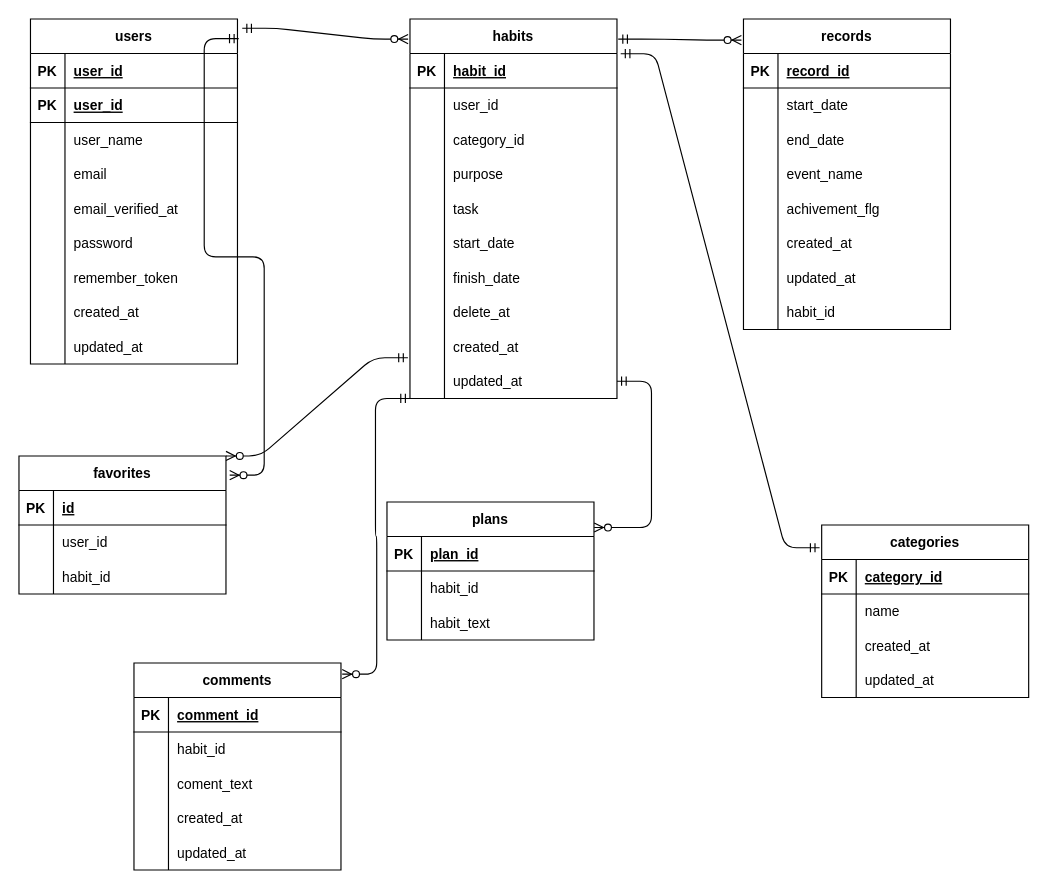
Before: db.dio in rickeysan/ifthen_plan_app, a draw.io diagram. Source tidied: cells renumbered, new cells numbered last; positions are measured from the earlier drawing's top-left corner, leaving out a move shared by most shapes. Both pictures are drawn from the tidied source at 115%, with x=0, y=0 at pixel (18, 18).
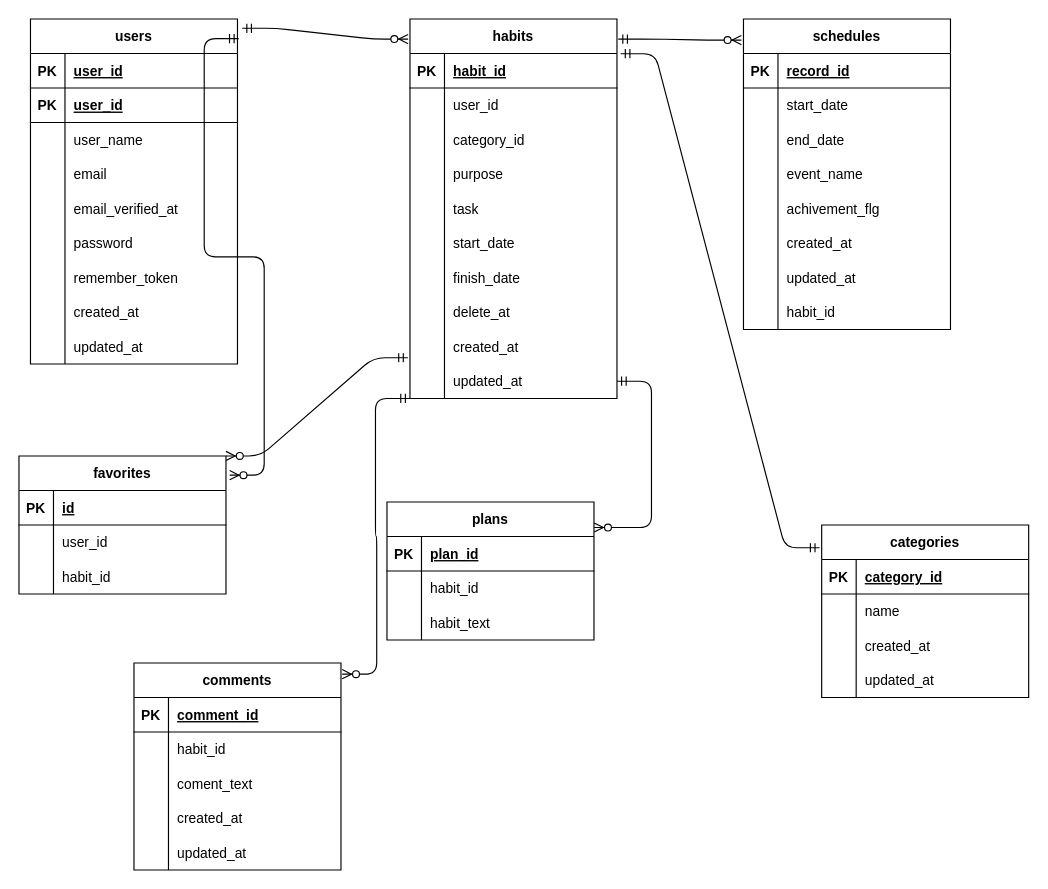
The same diagram, later.

What changed in the source:
```diff
@@
-    <mxCell id="61" value="records" style="shape=table;startSize=30;childLayout=tableLayout;rowLines=0;fontStyle=1;align=center;" parent="1" vertex="1">
+    <mxCell id="61" value="schedules" style="shape=table;startSize=30;childLayout=tableLayout;rowLines=0;fontStyle=1;align=center;" parent="1" vertex="1">
       <mxGeometry x="630" width="180" height="270" as="geometry" />
     </mxCell>
```
